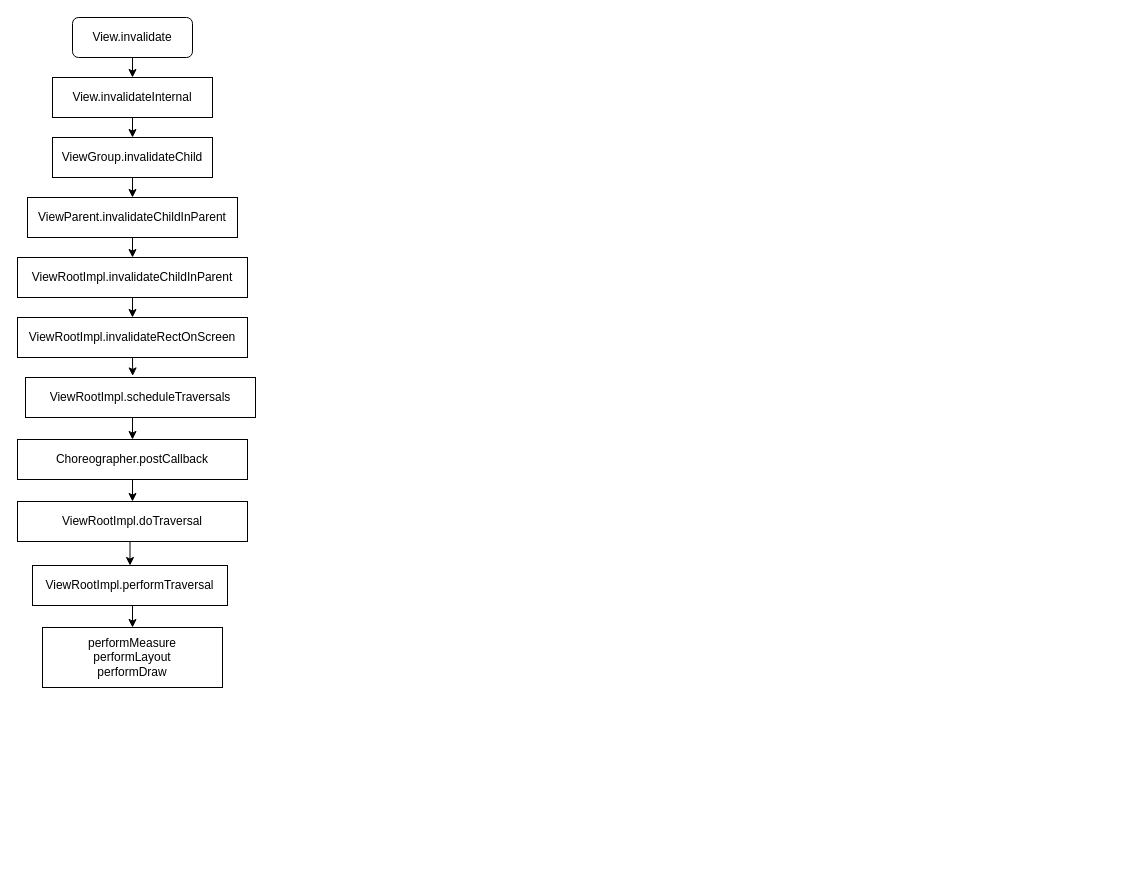
Before: Choreographer.drawio in wairdell/Draw.io, a draw.io diagram. Source tidied: cells renumbered, new cells numbered last; positions are measured from the earlier drawing's top-left corner, leaving out a move shared by most shapes. Both pictures are drawn from the tidied source at 100%, with x=0, y=0 at pixel (17, 17).
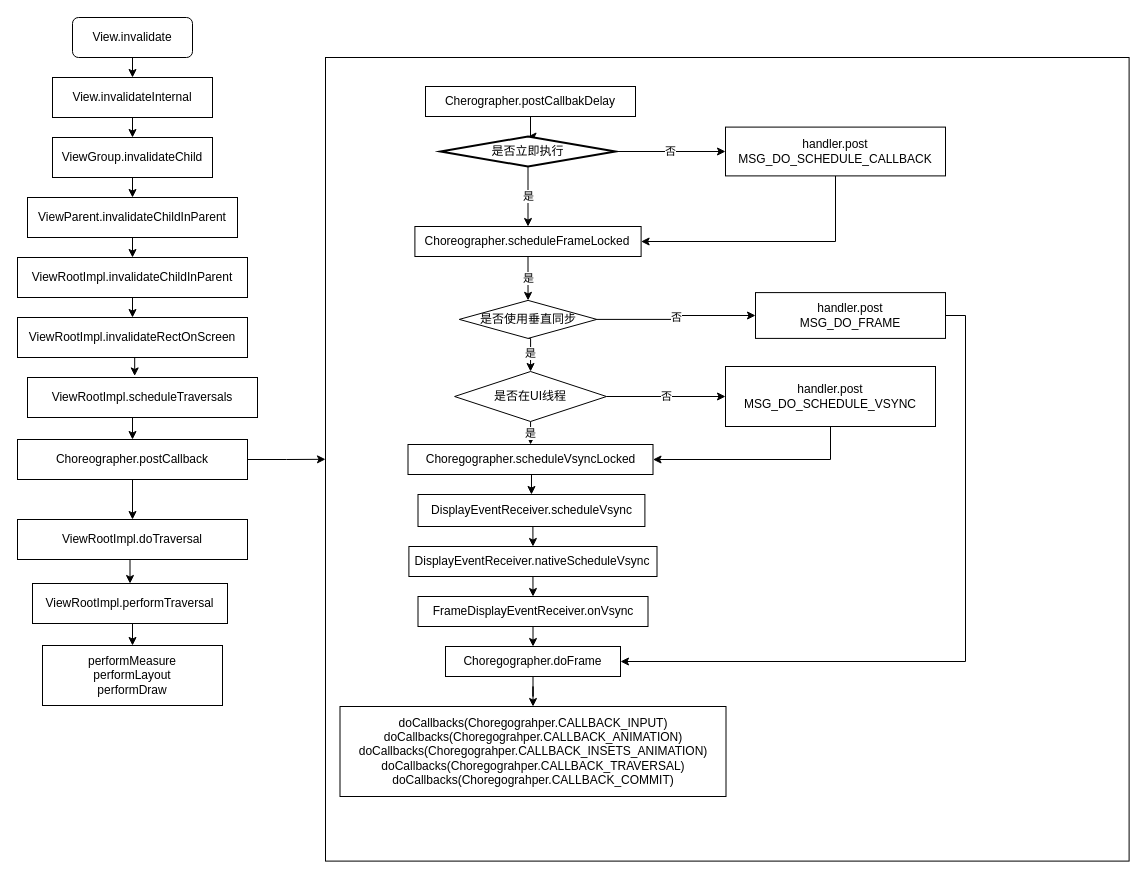
After the change.

Unchanged cells that the change refers to:
```xml
<mxCell id="17" value="Choreographer.postCallback" style="rounded=0;whiteSpace=wrap;html=1;" parent="1" vertex="1">
  <mxGeometry y="422" width="230" height="40" as="geometry" />
</mxCell>
```

Diff of the diagram source:
```diff
@@
     <mxCell id="15" value="ViewRootImpl.scheduleTraversals" style="rounded=0;whiteSpace=wrap;html=1;" parent="1" vertex="1">
-      <mxGeometry x="8" y="360" width="230" height="40" as="geometry" />
+      <mxGeometry x="10" y="360" width="230" height="40" as="geometry" />
     </mxCell>
@@
+    <mxCell id="23" style="edgeStyle=orthogonalEdgeStyle;rounded=0;jettySize=auto;html=1;" parent="1" edge="1" source="17" target="24">
+      <mxGeometry relative="1" as="geometry" />
+    </mxCell>
@@
     <mxCell id="19" value="ViewRootImpl.doTraversal" style="rounded=0;whiteSpace=wrap;html=1;" parent="1" vertex="1">
-      <mxGeometry y="484" width="230" height="40" as="geometry" />
+      <mxGeometry y="502" width="230" height="40" as="geometry" />
     </mxCell>
@@
     <mxCell id="21" value="ViewRootImpl.performTraversal" style="rounded=0;whiteSpace=wrap;html=1;" parent="1" vertex="1">
-      <mxGeometry x="15" y="548" width="195" height="40" as="geometry" />
+      <mxGeometry x="15" y="566" width="195" height="40" as="geometry" />
     </mxCell>
     <mxCell id="22" value="performMeasure&lt;br&gt;performLayout&lt;br&gt;performDraw" style="rounded=0;whiteSpace=wrap;html=1;" parent="1" vertex="1">
-      <mxGeometry x="25" y="610" width="180" height="60" as="geometry" />
+      <mxGeometry x="25" y="628" width="180" height="60" as="geometry" />
     </mxCell>
+    <mxCell id="24" style="whiteSpace=wrap;html=1;" parent="1" vertex="1">
+      <mxGeometry x="308" y="40" width="803.6" height="803.6" as="geometry" />
+    </mxCell>
+    <mxCell id="25" style="edgeStyle=orthogonalEdgeStyle;rounded=0;jettySize=auto;html=1;" parent="1" edge="1" source="26" target="29">
+      <mxGeometry relative="1" as="geometry" />
+    </mxCell>
+    <mxCell id="26" value="Cherographer.postCallbakDelay" style="rounded=0;whiteSpace=wrap;html=1;" parent="1" vertex="1">
+      <mxGeometry x="408" y="69" width="210" height="30" as="geometry" />
+    </mxCell>
+    <mxCell id="27" value="是" style="edgeStyle=orthogonalEdgeStyle;rounded=0;jettySize=auto;html=1;exitX=0.5;exitY=1;exitDx=0;exitDy=0;exitPerimeter=0;" parent="1" edge="1" source="29" target="31">
+      <mxGeometry relative="1" as="geometry" />
+    </mxCell>
+    <mxCell id="28" value="否" style="edgeStyle=orthogonalEdgeStyle;rounded=0;jettySize=auto;html=1;exitX=1;exitY=0.5;exitDx=0;exitDy=0;exitPerimeter=0;entryX=0;entryY=0.5;entryDx=0;entryDy=0;" parent="1" edge="1" source="29" target="38">
+      <mxGeometry relative="1" as="geometry" />
+    </mxCell>
+    <mxCell id="29" value="是否立即执行" style="strokeWidth=2;html=1;shape=mxgraph.flowchart.decision;whiteSpace=wrap;" parent="1" vertex="1">
+      <mxGeometry x="423" y="119" width="175" height="30" as="geometry" />
+    </mxCell>
+    <mxCell id="30" value="是" style="edgeStyle=orthogonalEdgeStyle;rounded=0;jettySize=auto;html=1;exitX=0.5;exitY=1;exitDx=0;exitDy=0;entryX=0.5;entryY=0;entryDx=0;entryDy=0;" parent="1" edge="1" source="31" target="34">
+      <mxGeometry relative="1" as="geometry" />
+    </mxCell>
+    <mxCell id="31" value="Choreographer.scheduleFrameLocked" style="rounded=0;whiteSpace=wrap;html=1;" parent="1" vertex="1">
+      <mxGeometry x="397.4" y="209" width="226.2" height="30" as="geometry" />
+    </mxCell>
+    <mxCell id="32" value="是" style="edgeStyle=orthogonalEdgeStyle;rounded=0;jettySize=auto;html=1;exitX=0.5;exitY=1;exitDx=0;exitDy=0;entryX=0.5;entryY=0;entryDx=0;entryDy=0;" parent="1" edge="1" source="34" target="43">
+      <mxGeometry relative="1" as="geometry" />
+    </mxCell>
+    <mxCell id="33" value="否" style="edgeStyle=orthogonalEdgeStyle;rounded=0;jettySize=auto;html=1;exitX=1;exitY=0.5;exitDx=0;exitDy=0;entryX=0;entryY=0.5;entryDx=0;entryDy=0;" parent="1" edge="1" source="34" target="40">
+      <mxGeometry relative="1" as="geometry" />
+    </mxCell>
+    <mxCell id="34" value="是否使用垂直同步" style="rhombus;whiteSpace=wrap;html=1;" parent="1" vertex="1">
+      <mxGeometry x="441.8" y="282.9" width="137.5" height="38" as="geometry" />
+    </mxCell>
+    <mxCell id="35" style="edgeStyle=orthogonalEdgeStyle;rounded=0;jettySize=auto;html=1;exitX=0.5;exitY=1;exitDx=0;exitDy=0;entryX=0.5;entryY=0;entryDx=0;entryDy=0;" parent="1" edge="1" source="36" target="45">
+      <mxGeometry relative="1" as="geometry" />
+    </mxCell>
+    <mxCell id="36" value="Choregographer.scheduleVsyncLocked" style="rounded=0;whiteSpace=wrap;html=1;" parent="1" vertex="1">
+      <mxGeometry x="390.5" y="427" width="245" height="30" as="geometry" />
+    </mxCell>
+    <mxCell id="37" style="edgeStyle=orthogonalEdgeStyle;rounded=0;jettySize=auto;html=1;entryX=1;entryY=0.5;entryDx=0;entryDy=0;" parent="1" edge="1" source="38" target="31">
+      <mxGeometry relative="1" as="geometry">
+        <Array as="points">
+          <mxPoint x="818" y="224" />
+        </Array>
+      </mxGeometry>
+    </mxCell>
+    <mxCell id="38" value="handler.post&lt;br&gt;MSG_DO_SCHEDULE_CALLBACK" style="rounded=0;whiteSpace=wrap;html=1;" parent="1" vertex="1">
+      <mxGeometry x="708" y="109.6" width="220" height="48.8" as="geometry" />
+    </mxCell>
+    <mxCell id="39" style="edgeStyle=orthogonalEdgeStyle;rounded=0;jettySize=auto;html=1;exitX=1;exitY=0.5;exitDx=0;exitDy=0;entryX=1;entryY=0.5;entryDx=0;entryDy=0;" parent="1" edge="1" source="40" target="51">
+      <mxGeometry relative="1" as="geometry" />
+    </mxCell>
+    <mxCell id="40" value="handler.post&lt;br&gt;MSG_DO_FRAME" style="rounded=0;whiteSpace=wrap;html=1;" parent="1" vertex="1">
+      <mxGeometry x="738" y="275.1" width="190" height="45.8" as="geometry" />
+    </mxCell>
+    <mxCell id="41" value="是" style="edgeStyle=orthogonalEdgeStyle;rounded=0;jettySize=auto;html=1;exitX=0.5;exitY=1;exitDx=0;exitDy=0;" parent="1" edge="1" source="43" target="36">
+      <mxGeometry relative="1" as="geometry" />
+    </mxCell>
+    <mxCell id="42" value="否" style="edgeStyle=orthogonalEdgeStyle;rounded=0;jettySize=auto;html=1;entryX=0;entryY=0.5;entryDx=0;entryDy=0;" parent="1" edge="1" source="43" target="56">
+      <mxGeometry relative="1" as="geometry" />
+    </mxCell>
+    <mxCell id="43" value="是否在UI线程" style="rhombus;whiteSpace=wrap;html=1;" parent="1" vertex="1">
+      <mxGeometry x="437.1" y="354" width="151.9" height="50" as="geometry" />
+    </mxCell>
+    <mxCell id="44" style="edgeStyle=orthogonalEdgeStyle;rounded=0;jettySize=auto;html=1;exitX=0.5;exitY=1;exitDx=0;exitDy=0;entryX=0.5;entryY=0;entryDx=0;entryDy=0;" parent="1" edge="1" source="45" target="47">
+      <mxGeometry relative="1" as="geometry" />
+    </mxCell>
+    <mxCell id="45" value="DisplayEventReceiver.scheduleVsync" style="rounded=0;whiteSpace=wrap;html=1;" parent="1" vertex="1">
+      <mxGeometry x="400.5" y="477" width="226.9" height="32" as="geometry" />
+    </mxCell>
+    <mxCell id="46" style="edgeStyle=orthogonalEdgeStyle;rounded=0;jettySize=auto;html=1;exitX=0.5;exitY=1;exitDx=0;exitDy=0;entryX=0.5;entryY=0;entryDx=0;entryDy=0;" parent="1" edge="1" source="47" target="49">
+      <mxGeometry relative="1" as="geometry" />
+    </mxCell>
+    <mxCell id="47" value="DisplayEventReceiver.nativeScheduleVsync" style="rounded=0;whiteSpace=wrap;html=1;" parent="1" vertex="1">
+      <mxGeometry x="391.4" y="529" width="248.1" height="30" as="geometry" />
+    </mxCell>
+    <mxCell id="48" style="edgeStyle=orthogonalEdgeStyle;rounded=0;jettySize=auto;html=1;exitX=0.5;exitY=1;exitDx=0;exitDy=0;entryX=0.5;entryY=0;entryDx=0;entryDy=0;" parent="1" edge="1" source="49" target="51">
+      <mxGeometry relative="1" as="geometry" />
+    </mxCell>
+    <mxCell id="49" value="FrameDisplayEventReceiver.onVsync" style="rounded=0;whiteSpace=wrap;html=1;" parent="1" vertex="1">
+      <mxGeometry x="400.5" y="579" width="230" height="30" as="geometry" />
+    </mxCell>
+    <mxCell id="50" style="edgeStyle=orthogonalEdgeStyle;rounded=0;jettySize=auto;html=1;exitX=0.5;exitY=1;exitDx=0;exitDy=0;" parent="1" edge="1" source="51" target="52">
+      <mxGeometry relative="1" as="geometry" />
+    </mxCell>
+    <mxCell id="51" value="Choregographer.doFrame" style="rounded=0;whiteSpace=wrap;html=1;" parent="1" vertex="1">
+      <mxGeometry x="428" y="629" width="175" height="30" as="geometry" />
+    </mxCell>
+    <mxCell id="52" value="doCallbacks(Choregograhper.CALLBACK_INPUT)&lt;br&gt;doCallbacks(Choregograhper.CALLBACK_ANIMATION)&lt;br&gt;doCallbacks(Choregograhper.CALLBACK_INSETS_ANIMATION)&lt;br&gt;doCallbacks(Choregograhper.CALLBACK_TRAVERSAL)&lt;br&gt;doCallbacks(Choregograhper.CALLBACK_COMMIT)" style="rounded=0;whiteSpace=wrap;html=1;" parent="1" vertex="1">
+      <mxGeometry x="322.5" y="689" width="386" height="90" as="geometry" />
+    </mxCell>
+    <mxCell id="53" style="edgeStyle=orthogonalEdgeStyle;rounded=0;orthogonalLoop=1;jettySize=auto;html=1;exitX=0.5;exitY=1;exitDx=0;exitDy=0;" parent="1" edge="1" source="51" target="51">
+      <mxGeometry relative="1" as="geometry" />
+    </mxCell>
+    <mxCell id="54" style="edgeStyle=orthogonalEdgeStyle;rounded=0;orthogonalLoop=1;jettySize=auto;html=1;exitX=0.5;exitY=1;exitDx=0;exitDy=0;" parent="1" edge="1" source="51" target="51">
+      <mxGeometry relative="1" as="geometry" />
+    </mxCell>
+    <mxCell id="55" style="edgeStyle=orthogonalEdgeStyle;rounded=0;jettySize=auto;html=1;exitX=0.5;exitY=1;exitDx=0;exitDy=0;entryX=1;entryY=0.5;entryDx=0;entryDy=0;" parent="1" edge="1" source="56" target="36">
+      <mxGeometry relative="1" as="geometry" />
+    </mxCell>
+    <mxCell id="56" value="handler.post&lt;br&gt;MSG_DO_SCHEDULE_VSYNC" style="rounded=0;whiteSpace=wrap;html=1;" parent="1" vertex="1">
+      <mxGeometry x="708" y="349" width="210" height="60" as="geometry" />
+    </mxCell>
```
